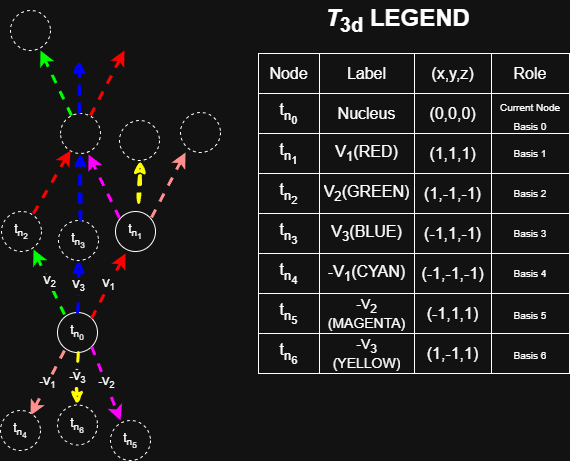
Above: paper/figures/lattice.drawio.png in JackDMenendez/discrete-causal-lattice (draw.io), before the change. Source tidied: cells renumbered, new cells last; positions are measured from the earlier drawing's top-left corner, leaving out a move shared by most shapes.
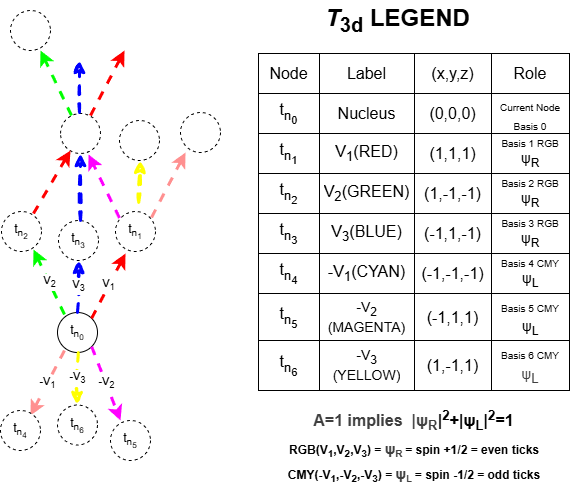
Above is the later version.

The edit, as a diff of the source:
```diff
@@ -11,7 +11,7 @@
     <mxCell id="4" value="V&lt;sub&gt;1&lt;/sub&gt;" style="endArrow=classic;html=1;rounded=0;strokeColor=#FF0000;strokeWidth=3;exitX=1;exitY=0;exitDx=0;exitDy=0;entryX=0.25;entryY=1.05;entryDx=0;entryDy=0;entryPerimeter=0;dashed=1;" parent="1" edge="1" source="2" target="5">
       <mxGeometry relative="1" as="geometry" />
     </mxCell>
-    <mxCell id="5" value="t&lt;sub&gt;n&lt;sub&gt;1&lt;/sub&gt;&lt;/sub&gt;" style="ellipse;whiteSpace=wrap;html=1;" parent="1" vertex="1">
+    <mxCell id="5" value="t&lt;sub&gt;n&lt;sub&gt;1&lt;/sub&gt;&lt;/sub&gt;" style="ellipse;whiteSpace=wrap;html=1;dashed=1;" parent="1" vertex="1">
       <mxGeometry x="115" y="211" width="40" height="40" as="geometry" />
     </mxCell>
     <mxCell id="6" value="t&lt;sub&gt;n&lt;sub&gt;3&lt;/sub&gt;&lt;/sub&gt;" style="ellipse;whiteSpace=wrap;html=1;dashed=1;" parent="1" vertex="1">
@@ -116,7 +116,7 @@
       <mxGeometry y="410" width="40" height="40" as="geometry" />
     </mxCell>
     <mxCell id="28" style="shape=table;startSize=0;fontSize=16;" parent="1" vertex="1">
-      <mxGeometry x="258" y="53" width="311" height="320" as="geometry" />
+      <mxGeometry x="258" y="53" width="311" height="337" as="geometry" />
     </mxCell>
     <mxCell id="29" style="shape=tableRow;horizontal=0;startSize=0;swimlaneHead=0;swimlaneBody=0;strokeColor=inherit;top=0;left=0;bottom=0;right=0;fillColor=none;fontSize=16;" parent="28" vertex="1">
       <mxGeometry width="311" height="40" as="geometry" />
@@ -160,7 +160,7 @@
     <mxCell id="42" value="(1,1,1)" style="shape=partialRectangle;html=1;whiteSpace=wrap;strokeColor=inherit;overflow=hidden;fillColor=none;top=0;left=0;bottom=0;right=0;fontSize=16;" parent="39" vertex="1">
       <mxGeometry x="156" width="77" height="40" as="geometry" />
     </mxCell>
-    <mxCell id="43" value="Basis 1" style="shape=partialRectangle;html=1;whiteSpace=wrap;strokeColor=inherit;overflow=hidden;fillColor=none;top=0;left=0;bottom=0;right=0;fontSize=10;" parent="39" vertex="1">
+    <mxCell id="43" value="Basis 1 RGB&lt;br&gt;&lt;font style=&quot;font-size: 14px;&quot;&gt;ψ&lt;sub style=&quot;&quot;&gt;R&lt;/sub&gt;&lt;/font&gt;" style="shape=partialRectangle;html=1;whiteSpace=wrap;strokeColor=inherit;overflow=hidden;fillColor=none;top=0;left=0;bottom=0;right=0;fontSize=10;" parent="39" vertex="1">
       <mxGeometry x="233" width="78" height="40" as="geometry" />
     </mxCell>
     <mxCell id="44" style="shape=tableRow;horizontal=0;startSize=0;swimlaneHead=0;swimlaneBody=0;strokeColor=inherit;top=0;left=0;bottom=0;right=0;fillColor=none;fontSize=16;" parent="28" vertex="1">
@@ -175,7 +175,7 @@
     <mxCell id="47" value="(1,-1,-1)" style="shape=partialRectangle;html=1;whiteSpace=wrap;strokeColor=inherit;overflow=hidden;fillColor=none;top=0;left=0;bottom=0;right=0;fontSize=16;" parent="44" vertex="1">
       <mxGeometry x="156" width="77" height="40" as="geometry" />
     </mxCell>
-    <mxCell id="48" value="Basis 2" style="shape=partialRectangle;html=1;whiteSpace=wrap;strokeColor=inherit;overflow=hidden;fillColor=none;top=0;left=0;bottom=0;right=0;fontSize=10;" parent="44" vertex="1">
+    <mxCell id="48" value="Basis 2 RGB&lt;br&gt;&lt;font style=&quot;font-size: 14px;&quot;&gt;ψ&lt;sub style=&quot;&quot;&gt;R&lt;/sub&gt;&lt;/font&gt;" style="shape=partialRectangle;html=1;whiteSpace=wrap;strokeColor=inherit;overflow=hidden;fillColor=none;top=0;left=0;bottom=0;right=0;fontSize=10;" parent="44" vertex="1">
       <mxGeometry x="233" width="78" height="40" as="geometry" />
     </mxCell>
     <mxCell id="49" style="shape=tableRow;horizontal=0;startSize=0;swimlaneHead=0;swimlaneBody=0;strokeColor=inherit;top=0;left=0;bottom=0;right=0;fillColor=none;fontSize=16;" parent="28" vertex="1">
@@ -190,7 +190,7 @@
     <mxCell id="52" value="(-1,1,-1)" style="shape=partialRectangle;html=1;whiteSpace=wrap;strokeColor=inherit;overflow=hidden;fillColor=none;top=0;left=0;bottom=0;right=0;fontSize=16;" parent="49" vertex="1">
       <mxGeometry x="156" width="77" height="40" as="geometry" />
     </mxCell>
-    <mxCell id="53" value="Basis 3" style="shape=partialRectangle;html=1;whiteSpace=wrap;strokeColor=inherit;overflow=hidden;fillColor=none;top=0;left=0;bottom=0;right=0;fontSize=10;" parent="49" vertex="1">
+    <mxCell id="53" value="Basis 3 RGB&lt;br&gt;&lt;font style=&quot;font-size: 14px;&quot;&gt;ψ&lt;sub style=&quot;&quot;&gt;R&lt;/sub&gt;&lt;/font&gt;" style="shape=partialRectangle;html=1;whiteSpace=wrap;strokeColor=inherit;overflow=hidden;fillColor=none;top=0;left=0;bottom=0;right=0;fontSize=10;" parent="49" vertex="1">
       <mxGeometry x="233" width="78" height="40" as="geometry" />
     </mxCell>
     <mxCell id="54" style="shape=tableRow;horizontal=0;startSize=0;swimlaneHead=0;swimlaneBody=0;strokeColor=inherit;top=0;left=0;bottom=0;right=0;fillColor=none;fontSize=16;" parent="28" vertex="1">
@@ -205,41 +205,50 @@
     <mxCell id="57" value="(-1,-1,-1)" style="shape=partialRectangle;html=1;whiteSpace=wrap;strokeColor=inherit;overflow=hidden;fillColor=none;top=0;left=0;bottom=0;right=0;fontSize=16;" parent="54" vertex="1">
       <mxGeometry x="156" width="77" height="40" as="geometry" />
     </mxCell>
-    <mxCell id="58" value="Basis 4" style="shape=partialRectangle;html=1;whiteSpace=wrap;strokeColor=inherit;overflow=hidden;fillColor=none;top=0;left=0;bottom=0;right=0;fontSize=10;" parent="54" vertex="1">
+    <mxCell id="58" value="Basis 4 CMY&lt;br&gt;&lt;font style=&quot;font-size: 14px;&quot;&gt;ψ&lt;sub style=&quot;&quot;&gt;L&lt;/sub&gt;&lt;/font&gt;" style="shape=partialRectangle;html=1;whiteSpace=wrap;strokeColor=inherit;overflow=hidden;fillColor=none;top=0;left=0;bottom=0;right=0;fontSize=10;" parent="54" vertex="1">
       <mxGeometry x="233" width="78" height="40" as="geometry" />
     </mxCell>
     <mxCell id="59" style="shape=tableRow;horizontal=0;startSize=0;swimlaneHead=0;swimlaneBody=0;strokeColor=inherit;top=0;left=0;bottom=0;right=0;fillColor=none;fontSize=16;" parent="28" vertex="1">
-      <mxGeometry y="240" width="311" height="40" as="geometry" />
+      <mxGeometry y="240" width="311" height="47" as="geometry" />
     </mxCell>
     <mxCell id="60" value="t&lt;sub&gt;n&lt;sub&gt;5&lt;/sub&gt;&lt;/sub&gt;" style="shape=partialRectangle;html=1;whiteSpace=wrap;strokeColor=inherit;overflow=hidden;fillColor=none;top=0;left=0;bottom=0;right=0;fontSize=16;" parent="59" vertex="1">
-      <mxGeometry width="61" height="40" as="geometry" />
+      <mxGeometry width="61" height="47" as="geometry" />
     </mxCell>
     <mxCell id="61" value="-V&lt;sub&gt;2&lt;/sub&gt;&lt;br&gt;(MAGENTA)" style="shape=partialRectangle;html=1;whiteSpace=wrap;strokeColor=inherit;overflow=hidden;fillColor=none;top=0;left=0;bottom=0;right=0;fontSize=14;" parent="59" vertex="1">
-      <mxGeometry x="61" width="95" height="40" as="geometry" />
+      <mxGeometry x="61" width="95" height="47" as="geometry" />
     </mxCell>
     <mxCell id="62" value="(-1,1,1)" style="shape=partialRectangle;html=1;whiteSpace=wrap;strokeColor=inherit;overflow=hidden;fillColor=none;top=0;left=0;bottom=0;right=0;fontSize=16;" parent="59" vertex="1">
-      <mxGeometry x="156" width="77" height="40" as="geometry" />
+      <mxGeometry x="156" width="77" height="47" as="geometry" />
     </mxCell>
-    <mxCell id="63" value="&lt;font size=&quot;1&quot;&gt;Basis 5&lt;/font&gt;" style="shape=partialRectangle;html=1;whiteSpace=wrap;strokeColor=inherit;overflow=hidden;fillColor=none;top=0;left=0;bottom=0;right=0;fontSize=16;" parent="59" vertex="1">
-      <mxGeometry x="233" width="78" height="40" as="geometry" />
+    <mxCell id="63" value="&lt;font style=&quot;&quot;&gt;&lt;font style=&quot;font-size: 10px;&quot;&gt;Basis 5 CMY&lt;/font&gt;&lt;br&gt;&lt;font style=&quot;font-size: 14px;&quot;&gt;ψ&lt;sub style=&quot;&quot;&gt;L&lt;/sub&gt;&lt;/font&gt;&lt;/font&gt;" style="shape=partialRectangle;html=1;whiteSpace=wrap;strokeColor=inherit;overflow=hidden;fillColor=none;top=0;left=0;bottom=0;right=0;fontSize=16;" parent="59" vertex="1">
+      <mxGeometry x="233" width="78" height="47" as="geometry" />
     </mxCell>
     <mxCell id="64" style="shape=tableRow;horizontal=0;startSize=0;swimlaneHead=0;swimlaneBody=0;strokeColor=inherit;top=0;left=0;bottom=0;right=0;fillColor=none;fontSize=16;" parent="28" vertex="1">
-      <mxGeometry y="280" width="311" height="40" as="geometry" />
+      <mxGeometry y="287" width="311" height="50" as="geometry" />
     </mxCell>
     <mxCell id="65" value="t&lt;sub&gt;n&lt;sub&gt;6&lt;/sub&gt;&lt;/sub&gt;" style="shape=partialRectangle;html=1;whiteSpace=wrap;strokeColor=inherit;overflow=hidden;fillColor=none;top=0;left=0;bottom=0;right=0;fontSize=16;" parent="64" vertex="1">
-      <mxGeometry width="61" height="40" as="geometry" />
+      <mxGeometry width="61" height="50" as="geometry" />
     </mxCell>
     <mxCell id="66" value="-V&lt;sub&gt;3&lt;/sub&gt;&lt;br&gt;(YELLOW)" style="shape=partialRectangle;html=1;whiteSpace=wrap;strokeColor=inherit;overflow=hidden;fillColor=none;top=0;left=0;bottom=0;right=0;fontSize=14;" parent="64" vertex="1">
-      <mxGeometry x="61" width="95" height="40" as="geometry" />
+      <mxGeometry x="61" width="95" height="50" as="geometry" />
     </mxCell>
     <mxCell id="67" value="(1,-1,1)" style="shape=partialRectangle;html=1;whiteSpace=wrap;strokeColor=inherit;overflow=hidden;fillColor=none;top=0;left=0;bottom=0;right=0;fontSize=16;" parent="64" vertex="1">
-      <mxGeometry x="156" width="77" height="40" as="geometry" />
+      <mxGeometry x="156" width="77" height="50" as="geometry" />
     </mxCell>
-    <mxCell id="68" value="&lt;font size=&quot;1&quot;&gt;Basis 6&lt;/font&gt;" style="shape=partialRectangle;html=1;whiteSpace=wrap;strokeColor=inherit;overflow=hidden;fillColor=none;top=0;left=0;bottom=0;right=0;fontSize=16;" parent="64" vertex="1">
-      <mxGeometry x="233" width="78" height="40" as="geometry" />
+    <mxCell id="68" value="&lt;font size=&quot;1&quot;&gt;Basis 6 CMY&lt;br&gt;&lt;/font&gt;&lt;span style=&quot;color: rgb(63, 63, 63); font-size: 14px;&quot;&gt;ψ&lt;/span&gt;&lt;sub style=&quot;color: rgb(63, 63, 63); scrollbar-color: rgb(226, 226, 226) rgb(251, 251, 251);&quot;&gt;L&lt;/sub&gt;&lt;font size=&quot;1&quot;&gt;&lt;/font&gt;" style="shape=partialRectangle;html=1;whiteSpace=wrap;strokeColor=inherit;overflow=hidden;fillColor=none;top=0;left=0;bottom=0;right=0;fontSize=16;" parent="64" vertex="1">
+      <mxGeometry x="233" width="78" height="50" as="geometry" />
     </mxCell>
     <mxCell id="69" value="&lt;i&gt;T&lt;/i&gt;&lt;sub&gt;3d&lt;/sub&gt; LEGEND" style="text;strokeColor=none;fillColor=none;html=1;fontSize=24;fontStyle=1;verticalAlign=middle;align=center;" parent="1" vertex="1">
       <mxGeometry x="347" width="100" height="40" as="geometry" />
     </mxCell>
+    <mxCell id="70" value="&lt;font style=&quot;font-size: 16px;&quot;&gt;&lt;b&gt;&lt;span style=&quot;color: rgb(63, 63, 63);&quot;&gt;A=1 implies&amp;nbsp; |ψ&lt;/span&gt;&lt;sub style=&quot;color: rgb(63, 63, 63); scrollbar-color: rgb(226, 226, 226) rgb(251, 251, 251);&quot;&gt;R&lt;/sub&gt;|&lt;sup&gt;2&lt;/sup&gt;+|ψ&lt;sub&gt;L&lt;/sub&gt;|&lt;sup&gt;2&lt;/sup&gt;=1&lt;/b&gt;&lt;/font&gt;" style="text;html=1;align=center;verticalAlign=middle;whiteSpace=wrap;rounded=0;" parent="1" vertex="1">
+      <mxGeometry x="305.2" y="405" width="216.5" height="30" as="geometry" />
+    </mxCell>
+    <mxCell id="71" value="&lt;b&gt;RGB(V&lt;sub&gt;1&lt;/sub&gt;,V&lt;sub&gt;2&lt;/sub&gt;,V&lt;sub&gt;3&lt;/sub&gt;) =&amp;nbsp;&lt;span style=&quot;color: rgb(63, 63, 63); font-size: 14px;&quot;&gt;ψ&lt;/span&gt;&lt;sub style=&quot;color: rgb(63, 63, 63); scrollbar-color: rgb(226, 226, 226) rgb(251, 251, 251);&quot;&gt;R&amp;nbsp;&lt;/sub&gt;= spin +1/2 = even ticks&lt;/b&gt;" style="text;html=1;align=center;verticalAlign=middle;whiteSpace=wrap;rounded=0;" parent="1" vertex="1">
+      <mxGeometry x="269" y="435" width="290" height="30" as="geometry" />
+    </mxCell>
+    <mxCell id="72" value="&lt;b&gt;CMY(-V&lt;sub&gt;1&lt;/sub&gt;,-V&lt;sub&gt;2&lt;/sub&gt;,-V&lt;sub&gt;3&lt;/sub&gt;) =&amp;nbsp;&lt;span style=&quot;color: rgb(63, 63, 63); font-size: 14px;&quot;&gt;ψ&lt;/span&gt;&lt;sub style=&quot;color: rgb(63, 63, 63); scrollbar-color: rgb(226, 226, 226) rgb(251, 251, 251);&quot;&gt;L&amp;nbsp;&lt;/sub&gt;= spin -1/2 = odd ticks&lt;/b&gt;" style="text;html=1;align=center;verticalAlign=middle;whiteSpace=wrap;rounded=0;" parent="1" vertex="1">
+      <mxGeometry x="269" y="460" width="290" height="30" as="geometry" />
+    </mxCell>
   </root>
 </mxGraphModel>
```
